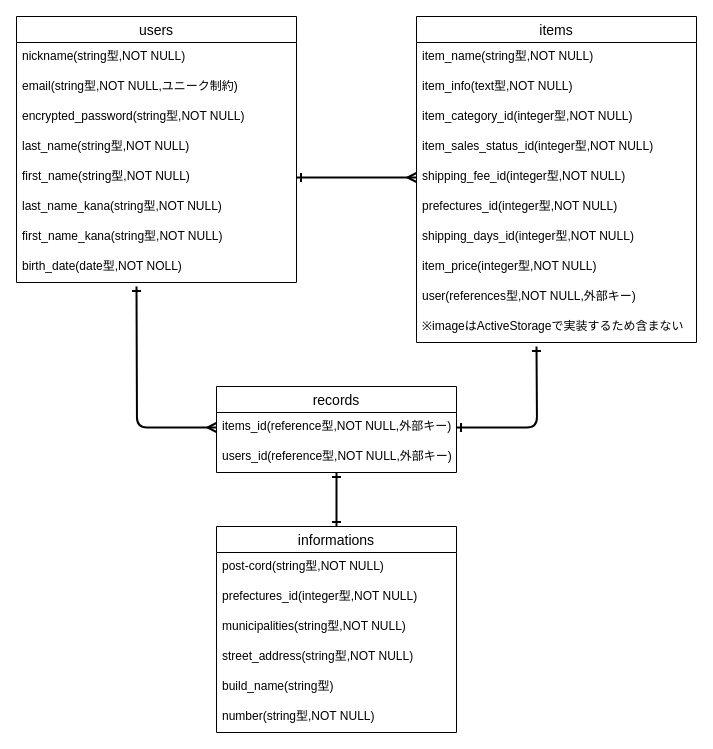
shinya0117/furima-39325 keeps this draw.io diagram as ER.dio. Above is the earlier version. Source tidied: cells renumbered, new cells numbered last; positions are measured from the earlier drawing's top-left corner, leaving out a move shared by most shapes. Both pictures are drawn from the tidied source at 100%, with x=0, y=0 at pixel (16, 16).
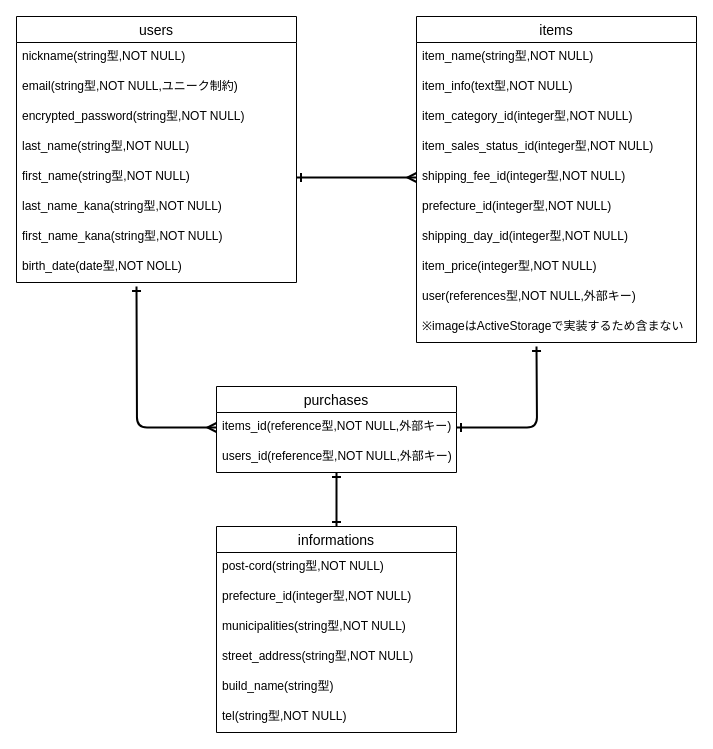
The same diagram, later.

Unchanged cells that the change refers to:
```xml
<mxCell id="11" value="items" style="swimlane;fontStyle=0;horizontal=1;startSize=26;align=center;fontSize=14;" parent="1" vertex="1">
  <mxGeometry x="400" width="280" height="326" as="geometry" />
</mxCell>
<mxCell id="26" value="informations" style="swimlane;fontStyle=0;horizontal=1;startSize=26;align=center;fontSize=14;" parent="1" vertex="1">
  <mxGeometry x="200" y="510" width="240" height="206" as="geometry" />
</mxCell>
```

Change to the diagram source:
```diff
@@
-    <mxCell id="17" value="prefectures_id(integer型,NOT NULL)" style="text;strokeColor=none;fillColor=none;spacingLeft=4;spacingRight=4;overflow=hidden;fontSize=12;" parent="11" vertex="1">
+    <mxCell id="17" value="prefecture_id(integer型,NOT NULL)" style="text;strokeColor=none;fillColor=none;spacingLeft=4;spacingRight=4;overflow=hidden;fontSize=12;" parent="11" vertex="1">
       <mxGeometry y="176" width="280" height="30" as="geometry" />
     </mxCell>
-    <mxCell id="18" value="shipping_days_id(integer型,NOT NULL)" style="text;strokeColor=none;fillColor=none;spacingLeft=4;spacingRight=4;overflow=hidden;fontSize=12;" parent="11" vertex="1">
+    <mxCell id="18" value="shipping_day_id(integer型,NOT NULL)" style="text;strokeColor=none;fillColor=none;spacingLeft=4;spacingRight=4;overflow=hidden;fontSize=12;" parent="11" vertex="1">
       <mxGeometry y="206" width="280" height="30" as="geometry" />
     </mxCell>
@@
-    <mxCell id="22" value="records" style="swimlane;fontStyle=0;horizontal=1;startSize=26;align=center;fontSize=14;" parent="1" vertex="1">
+    <mxCell id="22" value="purchases" style="swimlane;fontStyle=0;horizontal=1;startSize=26;align=center;fontSize=14;" parent="1" vertex="1">
       <mxGeometry x="200" y="370" width="240" height="86" as="geometry" />
     </mxCell>
@@
-    <mxCell id="28" value="prefectures_id(integer型,NOT NULL)" style="text;strokeColor=none;fillColor=none;spacingLeft=4;spacingRight=4;overflow=hidden;fontSize=12;" parent="26" vertex="1">
+    <mxCell id="28" value="prefecture_id(integer型,NOT NULL)" style="text;strokeColor=none;fillColor=none;spacingLeft=4;spacingRight=4;overflow=hidden;fontSize=12;" parent="26" vertex="1">
       <mxGeometry y="56" width="240" height="30" as="geometry" />
     </mxCell>
@@
-    <mxCell id="32" value="number(string型,NOT NULL)" style="text;strokeColor=none;fillColor=none;spacingLeft=4;spacingRight=4;overflow=hidden;fontSize=12;" parent="26" vertex="1">
+    <mxCell id="32" value="tel(string型,NOT NULL)" style="text;strokeColor=none;fillColor=none;spacingLeft=4;spacingRight=4;overflow=hidden;fontSize=12;" parent="26" vertex="1">
       <mxGeometry y="176" width="240" height="30" as="geometry" />
     </mxCell>
```
